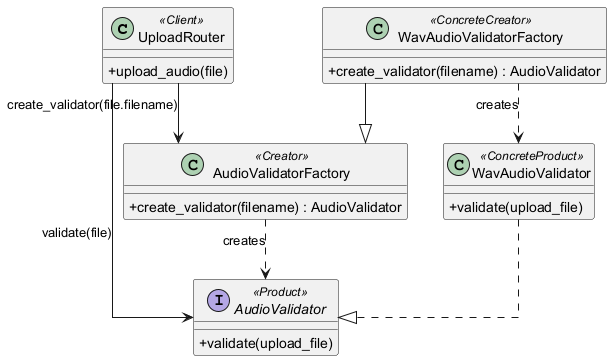
Above: docs/software_design_report/diagrams/img/factory_method_project.png in ASHRAF-2004/Machine-Learning-Based-System-for-Cardiopulmonary-Sound-Separation (PlantUML), before the change.
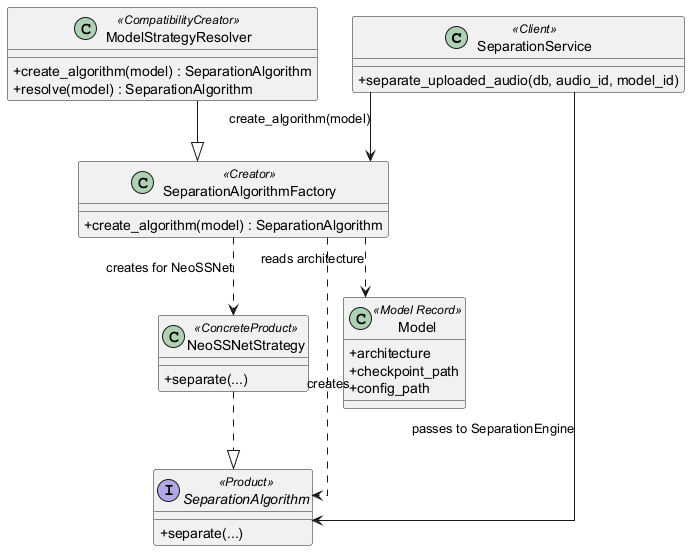
Above is the later version.

The edit, as a diff of the source:
```diff
@@ -4,31 +4,39 @@
 skinparam shadowing false
 skinparam linetype ortho
 
-class UploadRouter <<Client>> {
-  +upload_audio(file)
+class SeparationService <<Client>> {
+  +separate_uploaded_audio(db, audio_id, model_id)
 }
 
-class AudioValidatorFactory <<Creator>> {
-  +create_validator(filename) : AudioValidator
+class SeparationAlgorithmFactory <<Creator>> {
+  +create_algorithm(model) : SeparationAlgorithm
 }
 
-class WavAudioValidatorFactory <<ConcreteCreator>> {
-  +create_validator(filename) : AudioValidator
+class ModelStrategyResolver <<CompatibilityCreator>> {
+  +create_algorithm(model) : SeparationAlgorithm
+  +resolve(model) : SeparationAlgorithm
 }
 
-interface AudioValidator <<Product>> {
-  +validate(upload_file)
+interface SeparationAlgorithm <<Product>> {
+  +separate(...)
 }
 
-class WavAudioValidator <<ConcreteProduct>> {
-  +validate(upload_file)
+class NeoSSNetStrategy <<ConcreteProduct>> {
+  +separate(...)
 }
 
-UploadRouter --> AudioValidatorFactory : create_validator(file.filename)
-WavAudioValidatorFactory --|> AudioValidatorFactory
-AudioValidatorFactory ..> AudioValidator : creates
-WavAudioValidatorFactory ..> WavAudioValidator : creates
-WavAudioValidator ..|> AudioValidator
-UploadRouter --> AudioValidator : validate(file)
+class Model <<Model Record>> {
+  +architecture
+  +checkpoint_path
+  +config_path
+}
+
+SeparationService --> SeparationAlgorithmFactory : create_algorithm(model)
+ModelStrategyResolver --|> SeparationAlgorithmFactory
+SeparationAlgorithmFactory ..> Model : reads architecture
+SeparationAlgorithmFactory ..> SeparationAlgorithm : creates
+SeparationAlgorithmFactory ..> NeoSSNetStrategy : creates for NeoSSNet
+NeoSSNetStrategy ..|> SeparationAlgorithm
+SeparationService --> SeparationAlgorithm : passes to SeparationEngine
 
 @enduml
```
